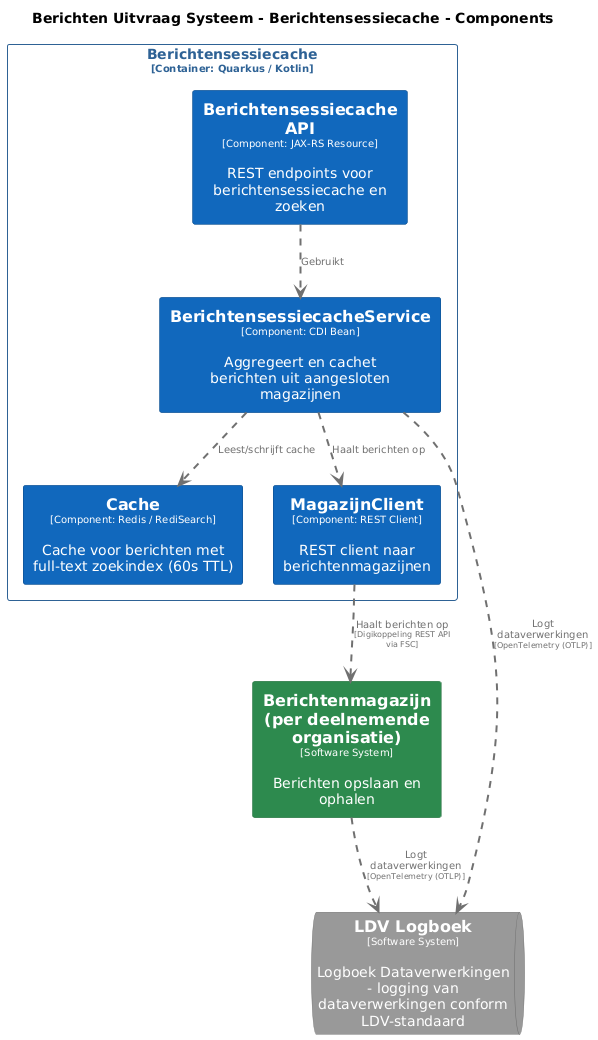
Above: pr-preview/pr-22/master/png/BerichtensessiecacheComponenten.png in MinBZK/moza-poc-fbs-berichtenbox (PlantUML), before the change. Its diagram source:
```plantuml
@startuml
set separator none
title Berichten Uitvraag Systeem - Berichtensessiecache - Components

top to bottom direction
skinparam ranksep 60
skinparam nodesep 30

skinparam {
  arrowFontSize 10
  defaultTextAlignment center
  wrapWidth 200
  maxMessageSize 100
}

hide stereotype

skinparam rectangle<<Berichtenmagazijnperdeelnemendeorganisatie>> {
  BackgroundColor #2d8a4e
  FontColor #ffffff
  BorderColor #1e6b38
  shadowing false
}
skinparam rectangle<<BerichtenUitvraagSysteem.Berichtensessiecache.BerichtensessiecacheAPI>> {
  BackgroundColor #1168bd
  FontColor #ffffff
  BorderColor #0b4884
  shadowing false
}
skinparam rectangle<<BerichtenUitvraagSysteem.Berichtensessiecache.BerichtensessiecacheService>> {
  BackgroundColor #1168bd
  FontColor #ffffff
  BorderColor #0b4884
  shadowing false
}
skinparam rectangle<<BerichtenUitvraagSysteem.Berichtensessiecache.Cache>> {
  BackgroundColor #1168bd
  FontColor #ffffff
  BorderColor #0b4884
  shadowing false
}
skinparam queue<<LDVLogboek>> {
  BackgroundColor #999999
  FontColor #ffffff
  BorderColor #6b6b6b
  shadowing false
}
skinparam rectangle<<BerichtenUitvraagSysteem.Berichtensessiecache.MagazijnClient>> {
  BackgroundColor #1168bd
  FontColor #ffffff
  BorderColor #0b4884
  shadowing false
}
skinparam rectangle<<BerichtenUitvraagSysteem.Berichtensessiecache>> {
  BorderColor #2e6295
  FontColor #2e6295
  shadowing false
}

rectangle "==Berichtenmagazijn (per deelnemende organisatie)\n<size:10>[Software System]</size>\n\nBerichten opslaan en ophalen" <<Berichtenmagazijnperdeelnemendeorganisatie>> as Berichtenmagazijnperdeelnemendeorganisatie
queue "==LDV Logboek\n<size:10>[Software System]</size>\n\nLogboek Dataverwerkingen - logging van dataverwerkingen conform LDV-standaard" <<LDVLogboek>> as LDVLogboek

rectangle "Berichtensessiecache\n<size:10>[Container: Quarkus / Kotlin]</size>" <<BerichtenUitvraagSysteem.Berichtensessiecache>> {
  rectangle "==Berichtensessiecache API\n<size:10>[Component: JAX-RS Resource]</size>\n\nREST endpoints voor berichtensessiecache en zoeken" <<BerichtenUitvraagSysteem.Berichtensessiecache.BerichtensessiecacheAPI>> as BerichtenUitvraagSysteem.Berichtensessiecache.BerichtensessiecacheAPI
  rectangle "==BerichtensessiecacheService\n<size:10>[Component: CDI Bean]</size>\n\nAggregeert en cachet berichten uit aangesloten magazijnen" <<BerichtenUitvraagSysteem.Berichtensessiecache.BerichtensessiecacheService>> as BerichtenUitvraagSysteem.Berichtensessiecache.BerichtensessiecacheService
  rectangle "==Cache\n<size:10>[Component: Redis / RediSearch]</size>\n\nCache voor berichten met full-text zoekindex (60s TTL)" <<BerichtenUitvraagSysteem.Berichtensessiecache.Cache>> as BerichtenUitvraagSysteem.Berichtensessiecache.Cache
  rectangle "==MagazijnClient\n<size:10>[Component: REST Client]</size>\n\nREST client naar berichtenmagazijnen" <<BerichtenUitvraagSysteem.Berichtensessiecache.MagazijnClient>> as BerichtenUitvraagSysteem.Berichtensessiecache.MagazijnClient
}

BerichtenUitvraagSysteem.Berichtensessiecache.MagazijnClient .[#707070,thickness=2].> Berichtenmagazijnperdeelnemendeorganisatie : "<color:#707070>Haalt berichten op\n<color:#707070><size:8>[Digikoppeling REST API via FSC]</size>"
Berichtenmagazijnperdeelnemendeorganisatie .[#707070,thickness=2].> LDVLogboek : "<color:#707070>Logt dataverwerkingen\n<color:#707070><size:8>[OpenTelemetry (OTLP)]</size>"
BerichtenUitvraagSysteem.Berichtensessiecache.BerichtensessiecacheService .[#707070,thickness=2].> LDVLogboek : "<color:#707070>Logt dataverwerkingen\n<color:#707070><size:8>[OpenTelemetry (OTLP)]</size>"
BerichtenUitvraagSysteem.Berichtensessiecache.BerichtensessiecacheAPI .[#707070,thickness=2].> BerichtenUitvraagSysteem.Berichtensessiecache.BerichtensessiecacheService : "<color:#707070>Gebruikt"
BerichtenUitvraagSysteem.Berichtensessiecache.BerichtensessiecacheService .[#707070,thickness=2].> BerichtenUitvraagSysteem.Berichtensessiecache.Cache : "<color:#707070>Leest/schrijft cache"
BerichtenUitvraagSysteem.Berichtensessiecache.BerichtensessiecacheService .[#707070,thickness=2].> BerichtenUitvraagSysteem.Berichtensessiecache.MagazijnClient : "<color:#707070>Haalt berichten op"
@enduml
```
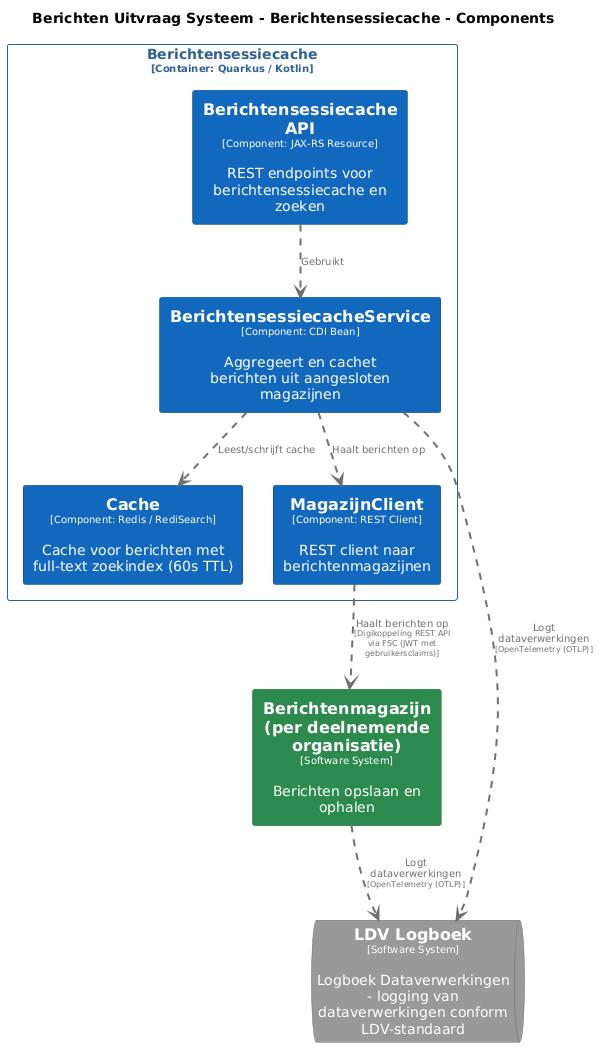
The same file after the commit.

The edit, as a diff of the source:
```diff
@@ -67,7 +67,7 @@
   rectangle "==MagazijnClient\n<size:10>[Component: REST Client]</size>\n\nREST client naar berichtenmagazijnen" <<BerichtenUitvraagSysteem.Berichtensessiecache.MagazijnClient>> as BerichtenUitvraagSysteem.Berichtensessiecache.MagazijnClient
 }
 
-BerichtenUitvraagSysteem.Berichtensessiecache.MagazijnClient .[#707070,thickness=2].> Berichtenmagazijnperdeelnemendeorganisatie : "<color:#707070>Haalt berichten op\n<color:#707070><size:8>[Digikoppeling REST API via FSC]</size>"
+BerichtenUitvraagSysteem.Berichtensessiecache.MagazijnClient .[#707070,thickness=2].> Berichtenmagazijnperdeelnemendeorganisatie : "<color:#707070>Haalt berichten op\n<color:#707070><size:8>[Digikoppeling REST API via FSC (JWT met gebruikersclaims)]</size>"
 Berichtenmagazijnperdeelnemendeorganisatie .[#707070,thickness=2].> LDVLogboek : "<color:#707070>Logt dataverwerkingen\n<color:#707070><size:8>[OpenTelemetry (OTLP)]</size>"
 BerichtenUitvraagSysteem.Berichtensessiecache.BerichtensessiecacheService .[#707070,thickness=2].> LDVLogboek : "<color:#707070>Logt dataverwerkingen\n<color:#707070><size:8>[OpenTelemetry (OTLP)]</size>"
 BerichtenUitvraagSysteem.Berichtensessiecache.BerichtensessiecacheAPI .[#707070,thickness=2].> BerichtenUitvraagSysteem.Berichtensessiecache.BerichtensessiecacheService : "<color:#707070>Gebruikt"
```
